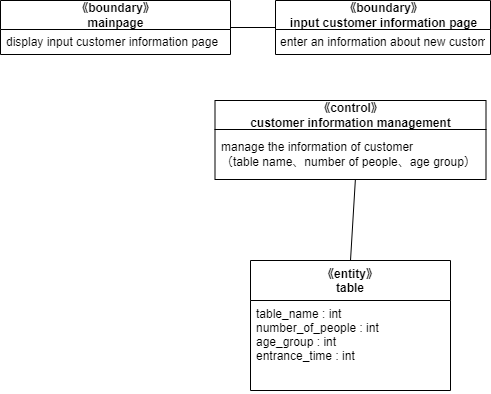
This is psp4/設計モデルのクラス/設計モデルクラス図_新規客.drawio.png from MasakiHiguchi/---, a draw.io export, as it was before one commit. Source tidied: cells renumbered, new cells last; positions are measured from the earlier drawing's top-left corner, leaving out a move shared by most shapes.
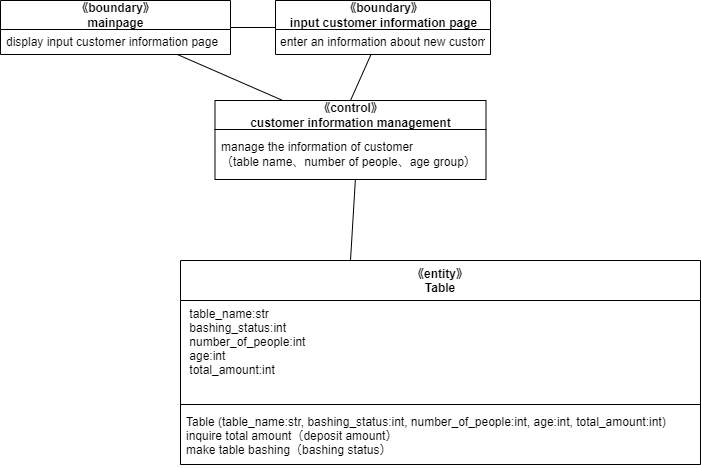
After the change.

What changed in the source:
```diff
@@ -5,12 +5,18 @@
     <mxCell id="2" style="edgeStyle=none;html=1;exitX=1;exitY=0.5;exitDx=0;exitDy=0;entryX=0;entryY=0.5;entryDx=0;entryDy=0;endArrow=none;endFill=0;" parent="1" edge="1" source="3" target="5">
       <mxGeometry relative="1" as="geometry" />
     </mxCell>
+    <mxCell id="12" style="edgeStyle=none;html=1;entryX=0.25;entryY=0;entryDx=0;entryDy=0;endArrow=none;endFill=0;" parent="1" edge="1" source="3" target="7">
+      <mxGeometry relative="1" as="geometry" />
+    </mxCell>
     <mxCell id="3" value="《boundary》&lt;br&gt;mainpage" style="swimlane;fontStyle=1;align=center;verticalAlign=middle;horizontal=1;startSize=29;html=1;" parent="1" vertex="1">
       <mxGeometry width="230" height="54" as="geometry" />
     </mxCell>
     <mxCell id="4" value="display input customer information page" style="text;html=1;strokeColor=none;fillColor=none;align=left;verticalAlign=middle;spacingLeft=4;spacingRight=4;overflow=hidden;" parent="3" vertex="1">
       <mxGeometry y="29" width="230" height="25" as="geometry" />
     </mxCell>
+    <mxCell id="13" style="edgeStyle=none;html=1;entryX=0.5;entryY=0;entryDx=0;entryDy=0;endArrow=none;endFill=0;" parent="1" edge="1" source="5" target="7">
+      <mxGeometry relative="1" as="geometry" />
+    </mxCell>
     <mxCell id="5" value="《boundary》&lt;br&gt;input customer information page" style="swimlane;fontStyle=1;align=center;verticalAlign=middle;horizontal=1;startSize=29;html=1;" parent="1" vertex="1">
       <mxGeometry x="275" width="215" height="54" as="geometry" />
     </mxCell>
@@ -23,14 +29,22 @@
     <mxCell id="8" value="manage the information of customer&lt;br&gt;（table name、number of people、age group）" style="text;html=1;strokeColor=none;fillColor=none;align=left;verticalAlign=middle;spacingLeft=4;spacingRight=4;overflow=hidden;points=[[0,0.5],[1,0.5]];portConstraint=eastwest;" parent="7" vertex="1">
       <mxGeometry y="29" width="271" height="50" as="geometry" />
     </mxCell>
-    <mxCell id="9" style="edgeStyle=none;html=1;exitX=0.5;exitY=0;exitDx=0;exitDy=0;entryX=0.518;entryY=0.998;entryDx=0;entryDy=0;endArrow=none;endFill=0;entryPerimeter=0;" parent="1" edge="1" source="10" target="8">
-      <mxGeometry relative="1" as="geometry" />
+    <mxCell id="9" style="edgeStyle=none;html=1;exitX=0.5;exitY=0;exitDx=0;exitDy=0;entryX=0.518;entryY=0.998;entryDx=0;entryDy=0;endArrow=none;endFill=0;entryPerimeter=0;" parent="1" edge="1" target="8">
+      <mxGeometry relative="1" as="geometry">
+        <mxPoint x="350" y="260" as="sourcePoint" />
+      </mxGeometry>
     </mxCell>
-    <mxCell id="10" value="《entity》&#10;table" style="swimlane;fontStyle=1;align=center;verticalAlign=top;horizontal=1;startSize=40;" parent="1" vertex="1">
-      <mxGeometry x="250" y="260" width="200" height="130" as="geometry" />
-    </mxCell>
-    <mxCell id="11" value="table_name : int&#10;number_of_people : int&#10;age_group : int&#10;entrance_time : int" style="text;strokeColor=none;fillColor=none;align=left;verticalAlign=top;spacingLeft=4;spacingRight=4;overflow=hidden;" parent="10" vertex="1">
-      <mxGeometry y="40" width="200" height="90" as="geometry" />
-    </mxCell>
+    <mxCell id="14" value="《entity》&#10;Table" style="swimlane;fontStyle=1;align=center;verticalAlign=top;horizontal=1;startSize=40;" parent="1" vertex="1">
+      <mxGeometry x="180" y="260" width="520" height="204" as="geometry" />
+    </mxCell>
+    <mxCell id="15" value=" table_name:str&#10; bashing_status:int&#10; number_of_people:int&#10; age:int&#10; total_amount:int" style="text;strokeColor=none;fillColor=none;align=left;verticalAlign=top;spacingLeft=4;spacingRight=4;overflow=hidden;" parent="14" vertex="1">
+      <mxGeometry y="40" width="520" height="100" as="geometry" />
+    </mxCell>
+    <mxCell id="16" style="line;strokeWidth=1;fillColor=none;align=left;verticalAlign=middle;spacingTop=-1;spacingLeft=3;spacingRight=3;labelPosition=right;strokeColor=inherit;" parent="14" vertex="1">
+      <mxGeometry y="140" width="520" height="8" as="geometry" />
+    </mxCell>
+    <mxCell id="17" value="Table (table_name:str, bashing_status:int, number_of_people:int, age:int, total_amount:int)&#10;inquire total amount（deposit amount）&#10;make table bashing（bashing status）" style="text;strokeColor=none;fillColor=none;align=left;verticalAlign=top;spacingLeft=4;spacingRight=4;overflow=hidden;" parent="14" vertex="1">
+      <mxGeometry y="148" width="520" height="56" as="geometry" />
+    </mxCell>
   </root>
 </mxGraphModel>
```
